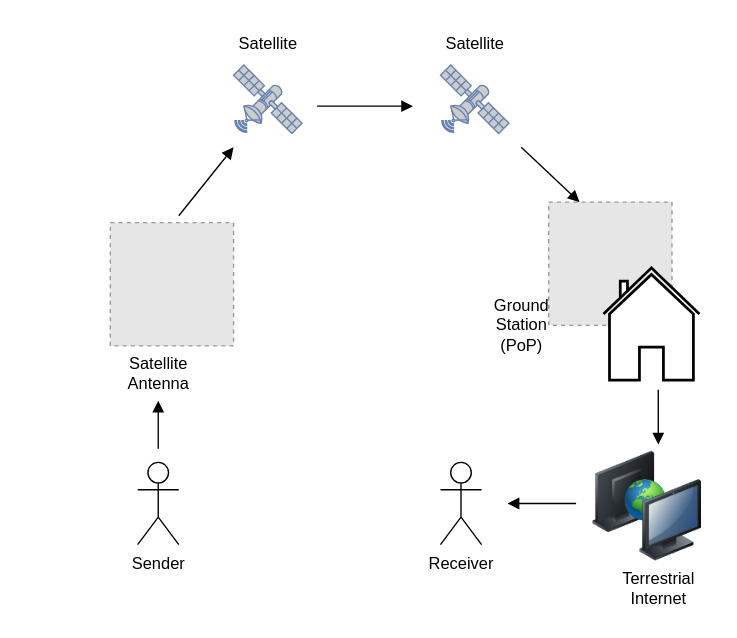
This is tex/thesis/chapters/2-background/img/satcom-structure.drawio from diic-starlink/performance-insights-into-starlink, a draw.io file, before an edit. Source tidied: cells renumbered, new cells numbered last; positions are measured from the earlier drawing's top-left corner, leaving out a move shared by most shapes. Both pictures are drawn from the tidied source at 137%, with x=0, y=0 at pixel (110, 23). Pictures stored in the file or linked from it are replaced by grey dashed boxes.
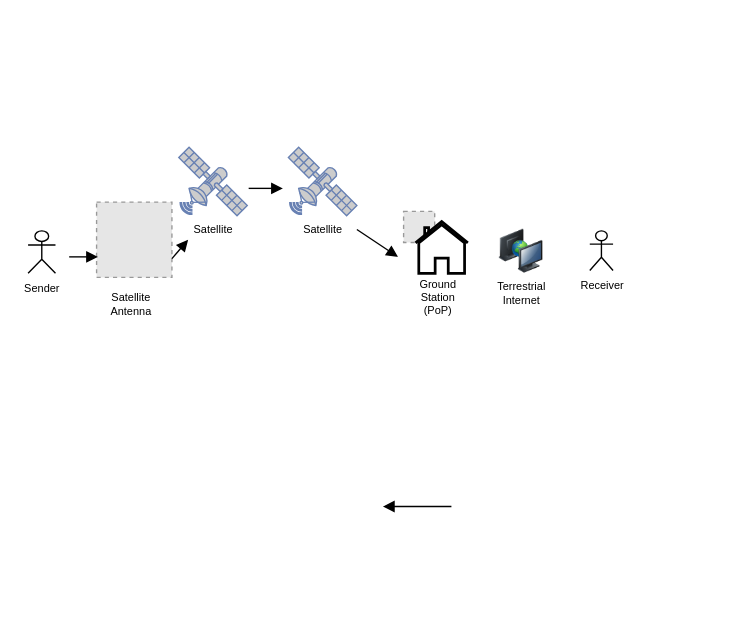
The same diagram, later.

Diff of the diagram source:
```diff
@@
+    <mxCell id="10" style="group;" parent="1" vertex="1">
+      <mxGeometry x="201" y="122" width="60" height="60" as="geometry" />
+    </mxCell>
+    <mxCell id="11" style="fillColor=#E6E6E6;strokeColor=#999999;dashed=1;html=1;verticalAlign=top;verticalLabelPosition=bottom;labelBackgroundColor=#ffffff;" parent="10" vertex="1">
+      <mxGeometry x="13.1" y="14.8" width="22.7" height="22.7" as="geometry" />
+    </mxCell>
+    <mxCell id="12" style="html=1;verticalLabelPosition=bottom;align=center;labelBackgroundColor=#ffffff;verticalAlign=top;strokeWidth=2;strokeColor=#000000;shadow=0;dashed=0;shape=mxgraph.ios7.icons.home;" parent="10" vertex="1">
+      <mxGeometry x="21.8" y="22.2" width="38.2" height="37.8" as="geometry" />
+    </mxCell>
-    <mxCell id="2" value="Sender" style="shape=umlActor;verticalLabelPosition=bottom;verticalAlign=top;html=1;" parent="1" vertex="1">
-      <mxGeometry x="20" y="320" width="30" height="60" as="geometry" />
+    <mxCell id="2" value="Sender" style="shape=umlActor;verticalLabelPosition=bottom;verticalAlign=top;html=1;fontSize=8;" parent="1" vertex="1">
+      <mxGeometry x="-60" y="151" width="20" height="31" as="geometry" />
     </mxCell>
     <mxCell id="3" style="fillColor=#E6E6E6;strokeColor=#999999;dashed=1;html=1;verticalAlign=top;verticalLabelPosition=bottom;labelBackgroundColor=#ffffff;" parent="1" vertex="1">
-      <mxGeometry y="145" width="90" height="90" as="geometry" />
+      <mxGeometry x="-10" y="130" width="55" height="55" as="geometry" />
     </mxCell>
-    <mxCell id="4" style="endArrow=block;html=1;rounded=0;entryX=0.429;entryY=1;entryDx=0;entryDy=0;entryPerimeter=0;endFill=1;" parent="1" edge="1">
+    <mxCell id="4" style="endArrow=block;html=1;rounded=0;endFill=1;" parent="1" edge="1">
       <mxGeometry relative="1" as="geometry">
-        <mxPoint x="35" y="310" as="sourcePoint" />
-        <mxPoint x="35" y="275" as="targetPoint" />
+        <mxPoint x="-30" y="170" as="sourcePoint" />
+        <mxPoint x="-9" y="170" as="targetPoint" />
       </mxGeometry>
     </mxCell>
-    <mxCell id="5" value="Satellite&lt;div&gt;Antenna&lt;/div&gt;" style="text;html=1;align=center;verticalAlign=middle;strokeColor=none;fillColor=none;" parent="1" vertex="1">
-      <mxGeometry y="235" width="70" height="40" as="geometry" />
+    <mxCell id="5" value="Satellite&lt;div style=&quot;font-size: 8px;&quot;&gt;Antenna&lt;/div&gt;" style="text;html=1;align=center;verticalAlign=middle;strokeColor=none;fillColor=none;fontSize=8;" parent="1" vertex="1">
+      <mxGeometry x="-10" y="190" width="50" height="30" as="geometry" />
     </mxCell>
     <mxCell id="6" style="fontColor=#0066CC;verticalAlign=top;verticalLabelPosition=bottom;labelPosition=center;align=center;html=1;fillColor=#CCCCCC;strokeColor=#6881B3;gradientColor=none;gradientDirection=north;strokeWidth=2;shape=mxgraph.networks.satellite;" parent="1" vertex="1">
-      <mxGeometry x="90" y="30" width="50" height="50" as="geometry" />
+      <mxGeometry x="50" y="90" width="50" height="50" as="geometry" />
     </mxCell>
     <mxCell id="7" style="fontColor=#0066CC;verticalAlign=top;verticalLabelPosition=bottom;labelPosition=center;align=center;html=1;fillColor=#CCCCCC;strokeColor=#6881B3;gradientColor=none;gradientDirection=north;strokeWidth=2;shape=mxgraph.networks.satellite;" parent="1" vertex="1">
-      <mxGeometry x="241" y="30" width="50" height="50" as="geometry" />
+      <mxGeometry x="130" y="90" width="50" height="50" as="geometry" />
     </mxCell>
-    <mxCell id="8" style="endArrow=block;html=1;rounded=0;endFill=1;" parent="1" edge="1">
-      <mxGeometry relative="1" as="geometry">
-        <mxPoint x="50" y="140" as="sourcePoint" />
-        <mxPoint x="90" y="90" as="targetPoint" />
-      </mxGeometry>
-    </mxCell>
-    <mxCell id="9" style="endArrow=block;html=1;rounded=0;endFill=1;" parent="1" edge="1">
-      <mxGeometry relative="1" as="geometry">
-        <mxPoint x="151" y="60" as="sourcePoint" />
-        <mxPoint x="221" y="60" as="targetPoint" />
-      </mxGeometry>
-    </mxCell>
-    <mxCell id="10" style="group;" parent="1" vertex="1">
-      <mxGeometry x="320" y="130" width="110" height="130" as="geometry" />
-    </mxCell>
-    <mxCell id="11" style="fillColor=#E6E6E6;strokeColor=#999999;dashed=1;html=1;verticalAlign=top;verticalLabelPosition=bottom;labelBackgroundColor=#ffffff;" parent="10" vertex="1">
-      <mxGeometry width="90" height="90" as="geometry" />
-    </mxCell>
-    <mxCell id="12" style="html=1;verticalLabelPosition=bottom;align=center;labelBackgroundColor=#ffffff;verticalAlign=top;strokeWidth=2;strokeColor=#000000;shadow=0;dashed=0;shape=mxgraph.ios7.icons.home;" parent="10" vertex="1">
-      <mxGeometry x="40" y="48" width="70" height="82" as="geometry" />
-    </mxCell>
-    <mxCell id="13" style="endArrow=block;html=1;rounded=0;entryX=0.25;entryY=0;entryDx=0;entryDy=0;endFill=1;" parent="1" edge="1" target="11">
-      <mxGeometry relative="1" as="geometry">
-        <mxPoint x="300" y="90" as="sourcePoint" />
-      </mxGeometry>
-    </mxCell>
-    <mxCell id="14" value="Ground&lt;div&gt;Station&lt;/div&gt;&lt;div&gt;(PoP)&lt;/div&gt;" style="text;html=1;align=center;verticalAlign=middle;strokeColor=none;fillColor=none;" parent="1" vertex="1">
-      <mxGeometry x="270" y="190" width="60" height="60" as="geometry" />
+    <mxCell id="14" value="Ground&lt;div style=&quot;font-size: 8px;&quot;&gt;Station&lt;/div&gt;&lt;div style=&quot;font-size: 8px;&quot;&gt;(PoP)&lt;/div&gt;" style="text;html=1;align=center;verticalAlign=middle;strokeColor=none;fillColor=none;fontSize=8;" parent="1" vertex="1">
+      <mxGeometry x="214" y="180" width="50" height="40" as="geometry" />
     </mxCell>
-    <mxCell id="15" value="Satellite" style="text;html=1;align=center;verticalAlign=middle;points=[];strokeColor=none;fillColor=none;" parent="1" vertex="1">
-      <mxGeometry x="80" width="70" height="30" as="geometry" />
+    <mxCell id="15" value="Satellite" style="text;html=1;align=center;verticalAlign=middle;points=[];strokeColor=none;fillColor=none;fontSize=8;" parent="1" vertex="1">
+      <mxGeometry x="50" y="140" width="50" height="20" as="geometry" />
     </mxCell>
-    <mxCell id="16" value="Satellite" style="text;html=1;align=center;verticalAlign=middle;points=[];strokeColor=none;fillColor=none;" parent="1" vertex="1">
-      <mxGeometry x="231" width="70" height="30" as="geometry" />
+    <mxCell id="16" value="Satellite" style="text;html=1;align=center;verticalAlign=middle;points=[];strokeColor=none;fillColor=none;fontSize=8;" parent="1" vertex="1">
+      <mxGeometry x="130" y="140" width="50" height="20" as="geometry" />
     </mxCell>
-    <mxCell id="17" value="Receiver" style="shape=umlActor;verticalLabelPosition=bottom;verticalAlign=top;html=1;" parent="1" vertex="1">
-      <mxGeometry x="241" y="320" width="30" height="60" as="geometry" />
+    <mxCell id="17" value="Receiver" style="shape=umlActor;verticalLabelPosition=bottom;verticalAlign=top;html=1;fontSize=8;" parent="1" vertex="1">
+      <mxGeometry x="350" y="151" width="17" height="29" as="geometry" />
     </mxCell>
     <mxCell id="18" style="image;html=1;image=img/lib/clip_art/computers/Network_2_128x128.png;" parent="1" vertex="1">
-      <mxGeometry x="352" y="312" width="80" height="80" as="geometry" />
+      <mxGeometry x="280" y="150" width="40" height="32" as="geometry" />
     </mxCell>
-    <mxCell id="19" style="endArrow=block;html=1;rounded=0;endFill=1;" parent="1" edge="1">
+    <mxCell id="19" style="endArrow=block;html=1;rounded=0;endFill=1;exitX=1;exitY=0.5;exitDx=0;exitDy=0;exitPerimeter=0;" parent="1" edge="1" source="16">
       <mxGeometry relative="1" as="geometry">
-        <mxPoint x="400" y="267" as="sourcePoint" />
-        <mxPoint x="400" y="307" as="targetPoint" />
+        <mxPoint x="210" y="170" as="targetPoint" />
       </mxGeometry>
     </mxCell>
-    <mxCell id="20" value="Terrestrial&lt;div&gt;Internet&lt;/div&gt;" style="text;html=1;align=center;verticalAlign=middle;strokeColor=none;fillColor=none;" parent="1" vertex="1">
-      <mxGeometry x="360" y="392" width="80" height="40" as="geometry" />
+    <mxCell id="20" value="Terrestrial&lt;div style=&quot;font-size: 8px;&quot;&gt;Internet&lt;/div&gt;" style="text;html=1;align=center;verticalAlign=middle;strokeColor=none;fillColor=none;fontSize=8;" parent="1" vertex="1">
+      <mxGeometry x="270" y="182" width="60" height="30" as="geometry" />
     </mxCell>
-    <mxCell id="21" style="endArrow=block;html=1;rounded=0;endFill=1;" parent="1" edge="1">
-      <mxGeometry relative="1" as="geometry">
-        <mxPoint x="340" y="350" as="sourcePoint" />
-        <mxPoint x="290" y="350" as="targetPoint" />
-      </mxGeometry>
+    <mxCell id="21" style="endArrow=block;html=1;rounded=0;endFill=1;entryX=0.136;entryY=0.878;entryDx=0;entryDy=0;entryPerimeter=0;exitX=1;exitY=0.75;exitDx=0;exitDy=0;" parent="1" edge="1" source="3" target="15">
+      <mxGeometry relative="1" as="geometry" />
     </mxCell>
+    <mxCell id="22" style="endArrow=block;html=1;rounded=0;endFill=1;" parent="1" edge="1">
+      <mxGeometry relative="1" as="geometry">
+        <mxPoint x="101" y="120" as="sourcePoint" />
+        <mxPoint x="126" y="120" as="targetPoint" />
+      </mxGeometry>
+    </mxCell>
+    <mxCell id="23" style="endArrow=block;html=1;rounded=0;endFill=1;" parent="1" edge="1">
+      <mxGeometry relative="1" as="geometry">
+        <mxPoint x="249" y="352.2" as="sourcePoint" />
+        <mxPoint x="199" y="352.2" as="targetPoint" />
+      </mxGeometry>
+    </mxCell>
```
